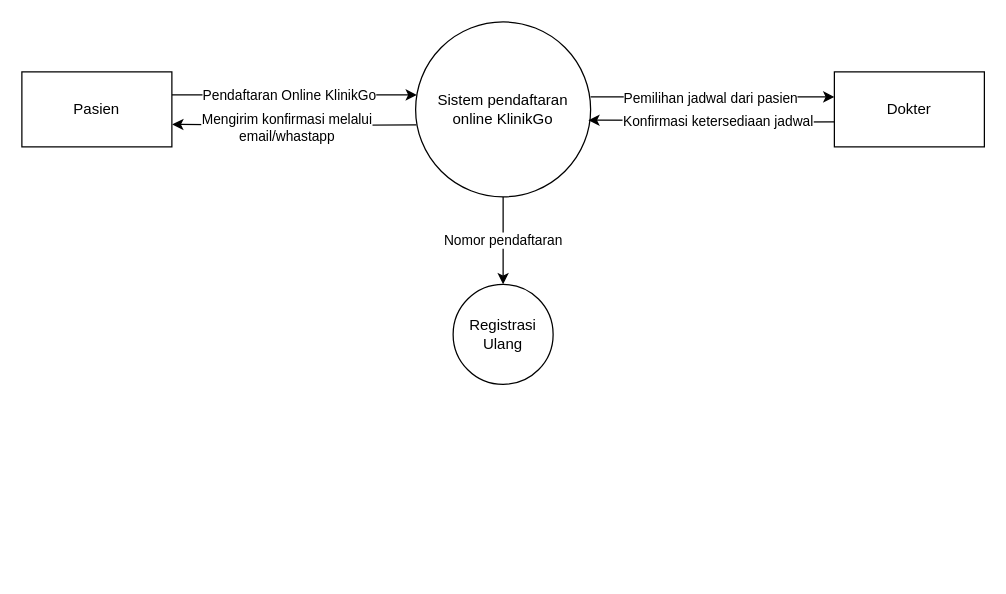
Earlier version of the draw.io diagram page "DFD level 0" (2 of 6) of Final Task KlinikGo.drawio.xml (evelynwijayaa/KlinikGo-Rakamin). Source tidied: cells renumbered, new cells numbered last; positions are measured from the earlier drawing's top-left corner, leaving out a move shared by most shapes. Both pictures are drawn from the tidied source at 125%, with x=0, y=0 at pixel (21, 21).
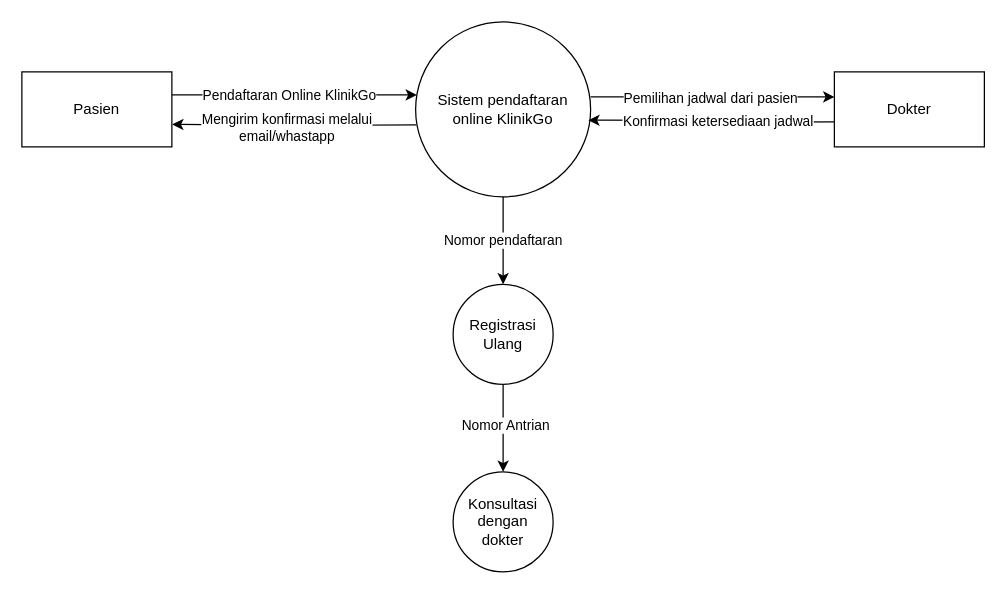
The same page after the edit.

The change refers to these unchanged cells:
```xml
<mxCell id="15" value="Registrasi Ulang" style="ellipse;whiteSpace=wrap;html=1;" parent="1" vertex="1">
  <mxGeometry x="345" y="210" width="80" height="80" as="geometry" />
</mxCell>
```

The edit, as a diff of the source:
```diff
@@
+    <mxCell id="16" style="edgeStyle=orthogonalEdgeStyle;rounded=0;jettySize=auto;html=1;" parent="1" edge="1" source="15" target="18">
+      <mxGeometry relative="1" as="geometry" />
+    </mxCell>
+    <mxCell id="17" value="Nomor Antrian" style="edgeLabel;html=1;align=center;verticalAlign=middle;" parent="16" vertex="1">
+      <mxGeometry x="-0.08" y="-1" relative="1" as="geometry">
+        <mxPoint x="2" as="offset" />
+      </mxGeometry>
+    </mxCell>
@@
+    <mxCell id="18" value="Konsultasi dengan&lt;br&gt;dokter" style="ellipse;whiteSpace=wrap;html=1;" parent="1" vertex="1">
+      <mxGeometry x="345" y="360" width="80" height="80" as="geometry" />
+    </mxCell>
```
